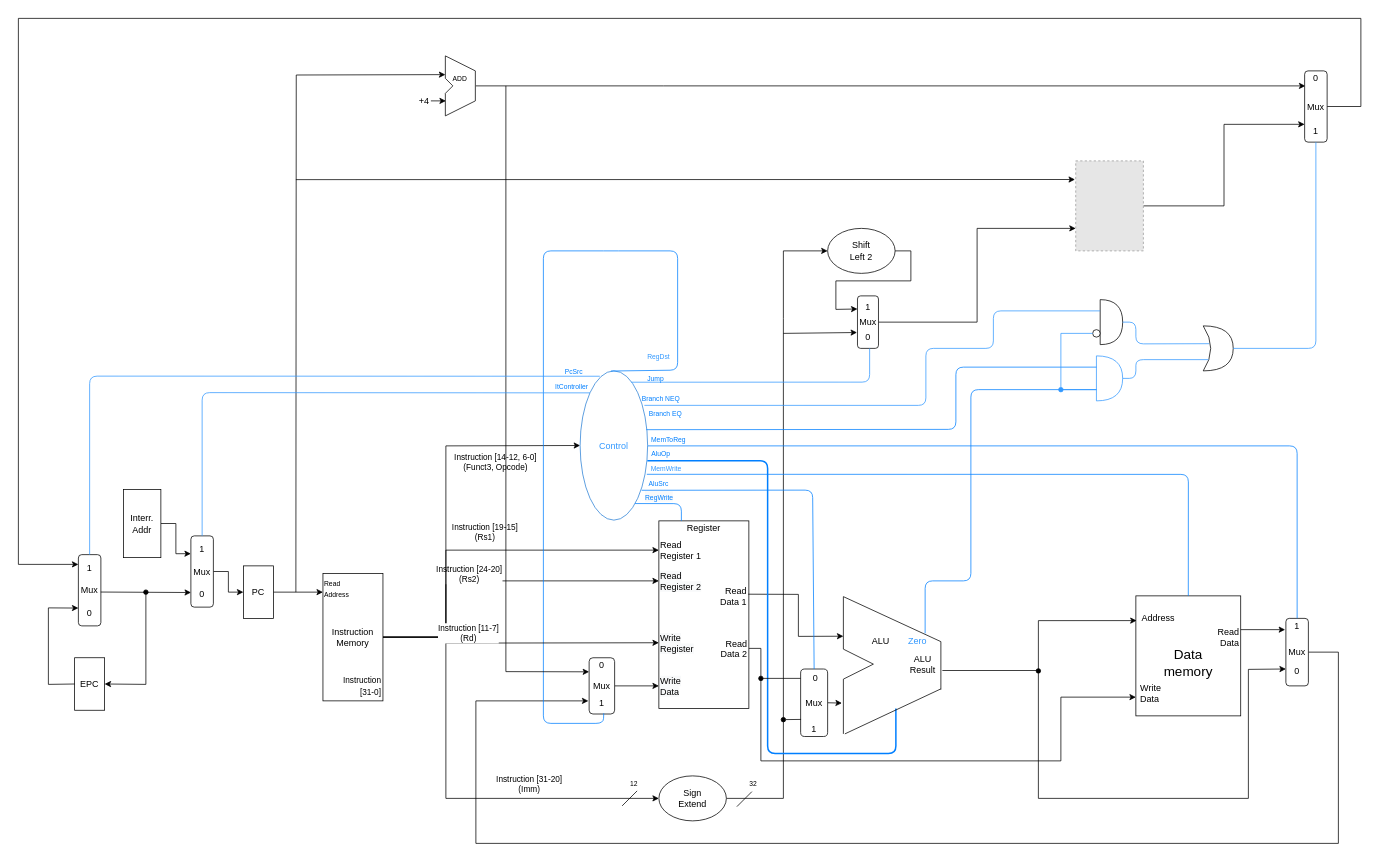
This is Entrega 3/DataPath - Guilherme, Matheus e Thiago (V2).drawio from guiguitz/dedicated-processor, a draw.io file, before an edit. Source tidied: cells renumbered, new cells numbered last; positions are measured from the earlier drawing's top-left corner, leaving out a move shared by most shapes. Both pictures are drawn from the tidied source at 75%, with x=0, y=0 at pixel (18, 18). Pictures stored in the file or linked from it are replaced by grey dashed boxes.
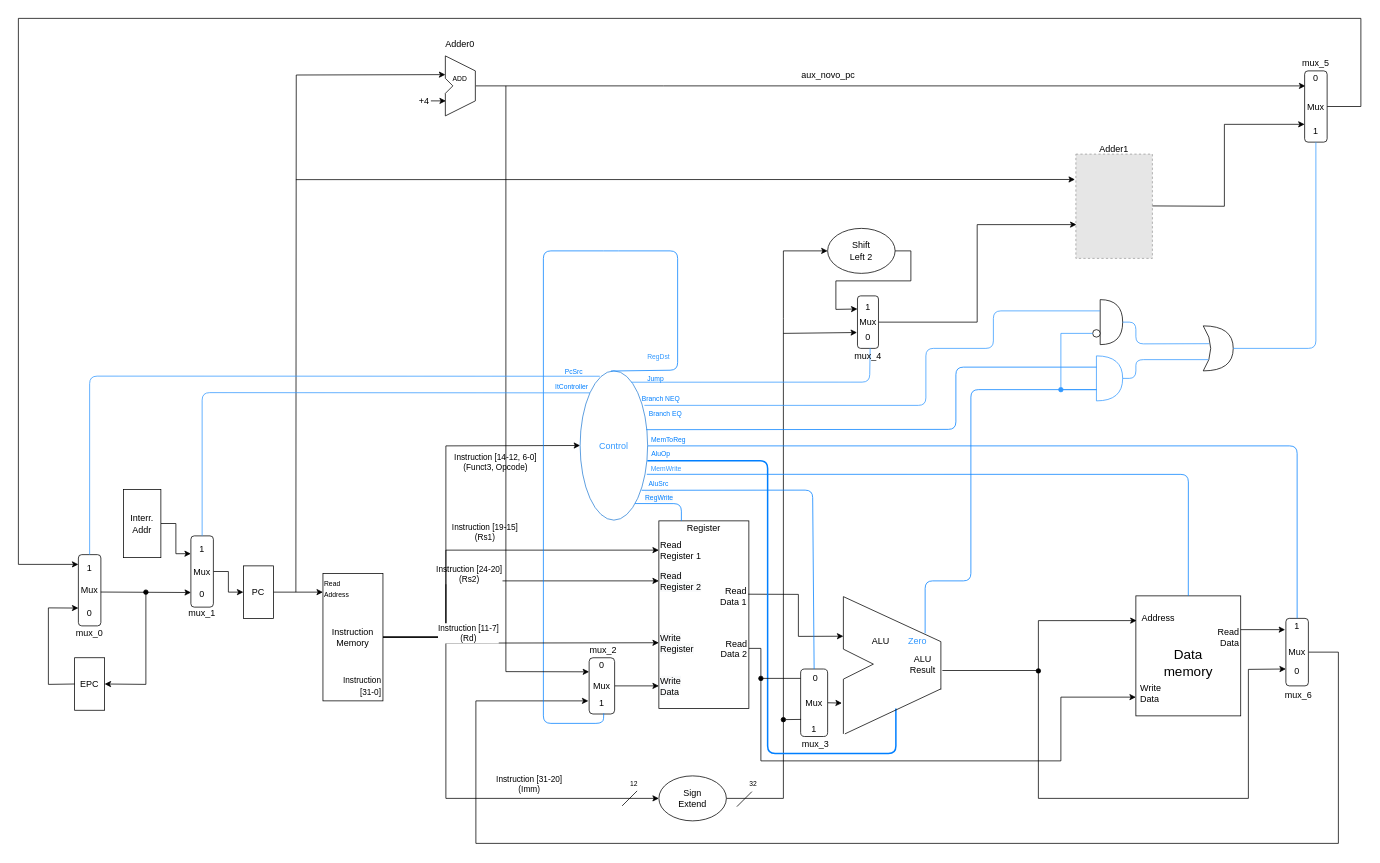
The same diagram, later.

Unchanged cells that the change refers to:
```xml
<mxCell id="47" value="&lt;font color=&quot;#3399ff&quot;&gt;Control&lt;/font&gt;" style="ellipse;whiteSpace=wrap;html=1;strokeColor=#2B81D6;" parent="1" vertex="1">
  <mxGeometry x="749" y="470" width="90" height="199" as="geometry" />
</mxCell>
<mxCell id="49" value="Mux" style="rounded=1;whiteSpace=wrap;html=1;" parent="1" vertex="1">
  <mxGeometry x="1715" y="70" width="30" height="95" as="geometry" />
</mxCell>
<mxCell id="86" value="Mux" style="rounded=1;whiteSpace=wrap;html=1;" parent="1" vertex="1">
  <mxGeometry x="1118.8" y="370" width="28" height="70" as="geometry" />
</mxCell>
```

What changed in the source:
```diff
@@
-    <mxCell id="33" style="edgeStyle=orthogonalEdgeStyle;rounded=0;jettySize=auto;html=1;exitX=1;exitY=0.5;exitDx=0;exitDy=0;entryX=0;entryY=0.75;entryDx=0;entryDy=0;" parent="1" edge="1" source="34" target="49">
-      <mxGeometry relative="1" as="geometry" />
+    <mxCell id="33" style="edgeStyle=orthogonalEdgeStyle;rounded=0;jettySize=auto;html=1;exitX=1;exitY=0.5;exitDx=0;exitDy=0;entryX=0;entryY=0.75;entryDx=0;entryDy=0;" parent="1" edge="1" target="49">
+      <mxGeometry relative="1" as="geometry">
+        <mxPoint x="1500" y="250" as="sourcePoint" />
+      </mxGeometry>
     </mxCell>
-    <mxCell id="34" style="fillColor=#E6E6E6;strokeColor=#999999;dashed=1;verticalLabelPosition=bottom;labelBackgroundColor=#ffffff;verticalAlign=top;" parent="1" vertex="1">
-      <mxGeometry x="1409.8" y="190" width="90.2" height="120" as="geometry" />
-    </mxCell>
@@
-    <mxCell id="85" style="edgeStyle=orthogonalEdgeStyle;rounded=0;jettySize=auto;html=1;entryX=0;entryY=0.75;entryDx=0;entryDy=0;fontSize=11;fontColor=#3399FF;startArrow=none;startFill=0;strokeColor=#000000;" parent="1" edge="1" source="86" target="34">
+    <mxCell id="85" style="edgeStyle=orthogonalEdgeStyle;rounded=0;jettySize=auto;html=1;fontSize=11;fontColor=#3399FF;startArrow=none;startFill=0;strokeColor=#000000;entryX=0.008;entryY=0.676;entryDx=0;entryDy=0;entryPerimeter=0;" parent="1" edge="1" source="86" target="142">
       <mxGeometry relative="1" as="geometry" />
     </mxCell>
@@
-    <mxCell id="89" style="endArrow=classic;html=1;rounded=0;fontSize=11;fontColor=#3399FF;strokeColor=#000000;entryX=-0.011;entryY=0.207;entryDx=0;entryDy=0;entryPerimeter=0;" parent="1" edge="1" target="34">
+    <mxCell id="89" style="endArrow=classic;html=1;rounded=0;fontSize=11;fontColor=#3399FF;strokeColor=#000000;entryX=-0.011;entryY=0.207;entryDx=0;entryDy=0;entryPerimeter=0;" parent="1" edge="1">
       <mxGeometry relative="1" as="geometry">
         <mxPoint x="370" y="215" as="sourcePoint" />
+        <mxPoint x="1408.8" y="214.8" as="targetPoint" />
       </mxGeometry>
     </mxCell>
-    <mxCell id="90" style="endArrow=none;html=1;fontSize=11;fontColor=#3399FF;strokeColor=#3399FF;exitX=0.757;exitY=0.076;exitDx=0;exitDy=0;exitPerimeter=0;rounded=1;" parent="1" edge="1" source="47">
-      <mxGeometry relative="1" as="geometry">
-        <mxPoint x="1135" y="440" as="targetPoint" />
-        <Array as="points">
-          <mxPoint x="1135" y="485" />
-        </Array>
-      </mxGeometry>
-    </mxCell>
@@
+    <mxCell id="142" style="fillColor=#E6E6E6;strokeColor=#999999;dashed=1;verticalLabelPosition=bottom;labelBackgroundColor=#ffffff;verticalAlign=top;" parent="1" vertex="1">
+      <mxGeometry x="1410" y="181" width="102" height="139" as="geometry" />
+    </mxCell>
+    <mxCell id="143" value="Adder0" style="text;html=1;strokeColor=none;fillColor=none;align=center;verticalAlign=middle;whiteSpace=wrap;rounded=0;" parent="1" vertex="1">
+      <mxGeometry x="569.3" y="24" width="40" height="20" as="geometry" />
+    </mxCell>
+    <mxCell id="144" value="Adder1" style="text;html=1;strokeColor=none;fillColor=none;align=center;verticalAlign=middle;whiteSpace=wrap;rounded=0;" parent="1" vertex="1">
+      <mxGeometry x="1441" y="165" width="40" height="20" as="geometry" />
+    </mxCell>
+    <mxCell id="145" value="aux_novo_pc" style="text;html=1;strokeColor=none;fillColor=none;align=center;verticalAlign=middle;whiteSpace=wrap;rounded=0;" parent="1" vertex="1">
+      <mxGeometry x="1060" y="66" width="40" height="20" as="geometry" />
+    </mxCell>
+    <mxCell id="146" value="mux_0" style="text;html=1;strokeColor=none;fillColor=none;align=center;verticalAlign=middle;whiteSpace=wrap;rounded=0;" parent="1" vertex="1">
+      <mxGeometry x="75" y="810" width="40" height="20" as="geometry" />
+    </mxCell>
+    <mxCell id="147" value="mux_1" style="text;html=1;strokeColor=none;fillColor=none;align=center;verticalAlign=middle;whiteSpace=wrap;rounded=0;" parent="1" vertex="1">
+      <mxGeometry x="225" y="782.5" width="40" height="20" as="geometry" />
+    </mxCell>
+    <mxCell id="148" value="mux_2" style="text;html=1;strokeColor=none;fillColor=none;align=center;verticalAlign=middle;whiteSpace=wrap;rounded=0;" parent="1" vertex="1">
+      <mxGeometry x="760" y="832.5" width="40" height="20" as="geometry" />
+    </mxCell>
+    <mxCell id="149" value="mux_3" style="text;html=1;strokeColor=none;fillColor=none;align=center;verticalAlign=middle;whiteSpace=wrap;rounded=0;" parent="1" vertex="1">
+      <mxGeometry x="1043" y="957.5" width="40" height="20" as="geometry" />
+    </mxCell>
+    <mxCell id="150" style="endArrow=none;html=1;fontSize=11;fontColor=#3399FF;strokeColor=#3399FF;exitX=0.757;exitY=0.076;exitDx=0;exitDy=0;exitPerimeter=0;rounded=1;entryX=0.604;entryY=0.995;entryDx=0;entryDy=0;entryPerimeter=0;" parent="1" edge="1" source="47" target="86">
+      <mxGeometry relative="1" as="geometry">
+        <Array as="points">
+          <mxPoint x="1135" y="485" />
+        </Array>
+      </mxGeometry>
+    </mxCell>
+    <mxCell id="151" value="mux_5" style="text;html=1;strokeColor=none;fillColor=none;align=center;verticalAlign=middle;whiteSpace=wrap;rounded=0;" parent="1" vertex="1">
+      <mxGeometry x="1710" y="50" width="40" height="20" as="geometry" />
+    </mxCell>
+    <mxCell id="152" value="mux_4" style="text;html=1;strokeColor=none;fillColor=none;align=center;verticalAlign=middle;whiteSpace=wrap;rounded=0;" parent="1" vertex="1">
+      <mxGeometry x="1112.8" y="440" width="40" height="20" as="geometry" />
+    </mxCell>
+    <mxCell id="153" value="mux_6" style="text;html=1;strokeColor=none;fillColor=none;align=center;verticalAlign=middle;whiteSpace=wrap;rounded=0;" parent="1" vertex="1">
+      <mxGeometry x="1687" y="893" width="40" height="20" as="geometry" />
+    </mxCell>
```
